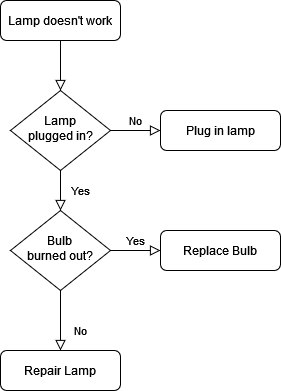
Above: FlowChart Diagram.drawio.png in Mnotice/Topic-Viewer (draw.io), before the change. Source tidied: cells renumbered, new cells last; positions are measured from the earlier drawing's top-left corner, leaving out a move shared by most shapes. Source of this version:
```xml
<mxGraphModel>
  <root>
    <mxCell id="0" />
    <mxCell id="1" parent="0" />
    <mxCell id="2" style="rounded=0;html=1;jettySize=auto;fontSize=11;endArrow=block;endFill=0;endSize=8;strokeWidth=1;shadow=0;labelBackgroundColor=none;edgeStyle=orthogonalEdgeStyle;" parent="1" edge="1" source="3" target="6">
      <mxGeometry relative="1" as="geometry" />
    </mxCell>
    <mxCell id="3" value="Lamp doesn't work" style="rounded=1;whiteSpace=wrap;html=1;fontSize=12;glass=0;strokeWidth=1;shadow=0;" parent="1" vertex="1">
      <mxGeometry width="120" height="40" as="geometry" />
    </mxCell>
    <mxCell id="4" value="Yes" style="rounded=0;html=1;jettySize=auto;fontSize=11;endArrow=block;endFill=0;endSize=8;strokeWidth=1;shadow=0;labelBackgroundColor=none;edgeStyle=orthogonalEdgeStyle;" parent="1" edge="1" source="6" target="10">
      <mxGeometry y="20" relative="1" as="geometry" />
    </mxCell>
    <mxCell id="5" value="No" style="edgeStyle=orthogonalEdgeStyle;rounded=0;html=1;jettySize=auto;fontSize=11;endArrow=block;endFill=0;endSize=8;strokeWidth=1;shadow=0;labelBackgroundColor=none;" parent="1" edge="1" source="6" target="7">
      <mxGeometry y="10" relative="1" as="geometry" />
    </mxCell>
    <mxCell id="6" value="Lamp&lt;br&gt;plugged in?" style="rhombus;whiteSpace=wrap;html=1;shadow=0;fontFamily=Helvetica;fontSize=12;align=center;strokeWidth=1;spacing=6;spacingTop=-4;" parent="1" vertex="1">
      <mxGeometry x="10" y="90" width="100" height="80" as="geometry" />
    </mxCell>
    <mxCell id="7" value="Plug in lamp" style="rounded=1;whiteSpace=wrap;html=1;fontSize=12;glass=0;strokeWidth=1;shadow=0;" parent="1" vertex="1">
      <mxGeometry x="160" y="110" width="120" height="40" as="geometry" />
    </mxCell>
    <mxCell id="8" value="No" style="rounded=0;html=1;jettySize=auto;fontSize=11;endArrow=block;endFill=0;endSize=8;strokeWidth=1;shadow=0;labelBackgroundColor=none;edgeStyle=orthogonalEdgeStyle;" parent="1" edge="1" source="10" target="11">
      <mxGeometry x="0.33" y="20" relative="1" as="geometry" />
    </mxCell>
    <mxCell id="9" value="Yes" style="edgeStyle=orthogonalEdgeStyle;rounded=0;html=1;jettySize=auto;fontSize=11;endArrow=block;endFill=0;endSize=8;strokeWidth=1;shadow=0;labelBackgroundColor=none;" parent="1" edge="1" source="10" target="12">
      <mxGeometry y="10" relative="1" as="geometry" />
    </mxCell>
    <mxCell id="10" value="Bulb&lt;br&gt;burned out?" style="rhombus;whiteSpace=wrap;html=1;shadow=0;fontFamily=Helvetica;fontSize=12;align=center;strokeWidth=1;spacing=6;spacingTop=-4;" parent="1" vertex="1">
      <mxGeometry x="10" y="210" width="100" height="80" as="geometry" />
    </mxCell>
    <mxCell id="11" value="Repair Lamp" style="rounded=1;whiteSpace=wrap;html=1;fontSize=12;glass=0;strokeWidth=1;shadow=0;" parent="1" vertex="1">
      <mxGeometry y="350" width="120" height="40" as="geometry" />
    </mxCell>
    <mxCell id="12" value="Replace Bulb" style="rounded=1;whiteSpace=wrap;html=1;fontSize=12;glass=0;strokeWidth=1;shadow=0;" parent="1" vertex="1">
      <mxGeometry x="160" y="230" width="120" height="40" as="geometry" />
    </mxCell>
  </root>
</mxGraphModel>
```
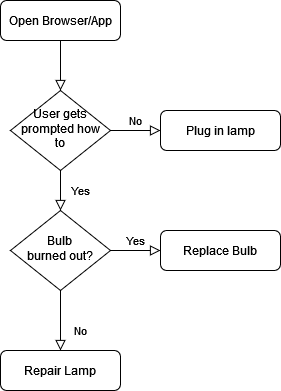
After the change.

What changed in the source:
```diff
@@ -5,7 +5,7 @@
     <mxCell id="2" style="rounded=0;html=1;jettySize=auto;fontSize=11;endArrow=block;endFill=0;endSize=8;strokeWidth=1;shadow=0;labelBackgroundColor=none;edgeStyle=orthogonalEdgeStyle;" parent="1" edge="1" source="3" target="6">
       <mxGeometry relative="1" as="geometry" />
     </mxCell>
-    <mxCell id="3" value="Lamp doesn't work" style="rounded=1;whiteSpace=wrap;html=1;fontSize=12;glass=0;strokeWidth=1;shadow=0;" parent="1" vertex="1">
+    <mxCell id="3" value="Open Browser/App" style="rounded=1;whiteSpace=wrap;html=1;fontSize=12;glass=0;strokeWidth=1;shadow=0;" parent="1" vertex="1">
       <mxGeometry width="120" height="40" as="geometry" />
     </mxCell>
     <mxCell id="4" value="Yes" style="rounded=0;html=1;jettySize=auto;fontSize=11;endArrow=block;endFill=0;endSize=8;strokeWidth=1;shadow=0;labelBackgroundColor=none;edgeStyle=orthogonalEdgeStyle;" parent="1" edge="1" source="6" target="10">
@@ -14,7 +14,7 @@
     <mxCell id="5" value="No" style="edgeStyle=orthogonalEdgeStyle;rounded=0;html=1;jettySize=auto;fontSize=11;endArrow=block;endFill=0;endSize=8;strokeWidth=1;shadow=0;labelBackgroundColor=none;" parent="1" edge="1" source="6" target="7">
       <mxGeometry y="10" relative="1" as="geometry" />
     </mxCell>
-    <mxCell id="6" value="Lamp&lt;br&gt;plugged in?" style="rhombus;whiteSpace=wrap;html=1;shadow=0;fontFamily=Helvetica;fontSize=12;align=center;strokeWidth=1;spacing=6;spacingTop=-4;" parent="1" vertex="1">
+    <mxCell id="6" value="User gets prompted how to" style="rhombus;whiteSpace=wrap;html=1;shadow=0;fontFamily=Helvetica;fontSize=12;align=center;strokeWidth=1;spacing=6;spacingTop=-4;" parent="1" vertex="1">
       <mxGeometry x="10" y="90" width="100" height="80" as="geometry" />
     </mxCell>
     <mxCell id="7" value="Plug in lamp" style="rounded=1;whiteSpace=wrap;html=1;fontSize=12;glass=0;strokeWidth=1;shadow=0;" parent="1" vertex="1">
```
